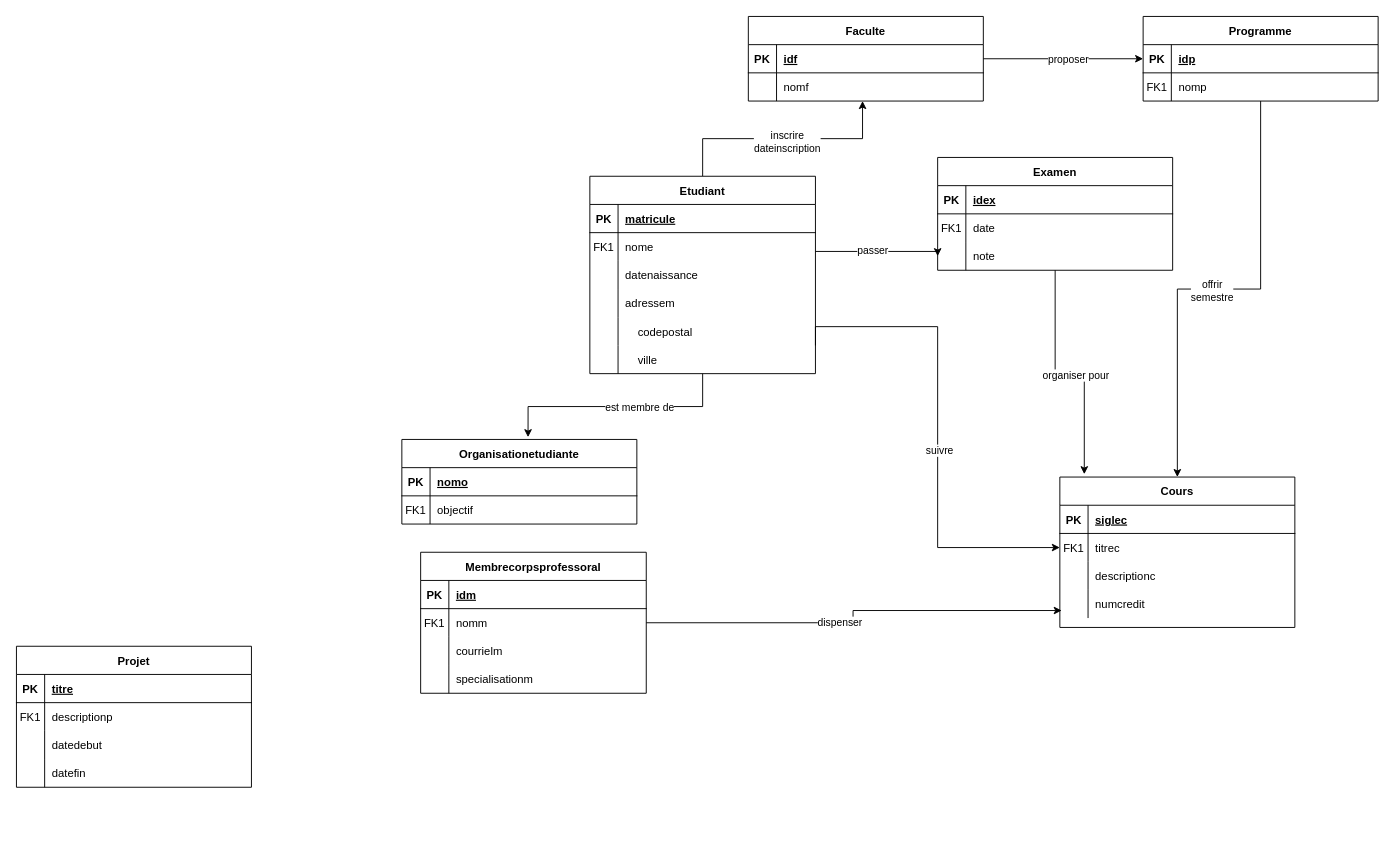
Above: Diagramme sans nom.drawio in ouaradyoussef/tp5 (draw.io), before the change. Source tidied: cells renumbered, new cells numbered last; positions are measured from the earlier drawing's top-left corner, leaving out a move shared by most shapes. Both pictures are drawn from the tidied source at 94%, with x=0, y=0 at pixel (16, 16).
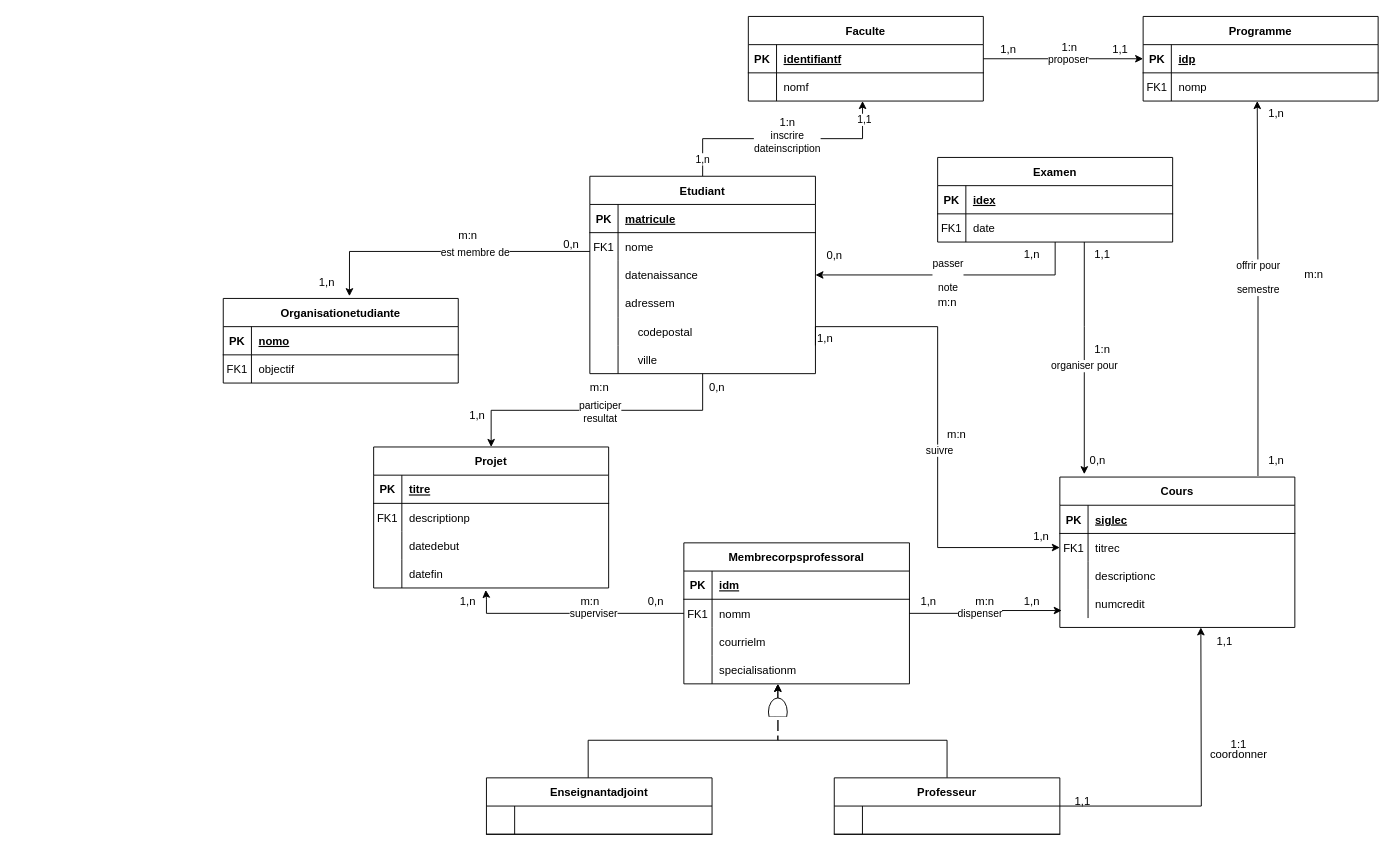
The same page after the edit.

Commit message:
Mettre à jour Diagramme sans nom.drawio

The change refers to these unchanged cells:
```xml
<mxCell id="4" value="Programme" style="shape=table;startSize=30;childLayout=tableLayout;rowLines=0;fontStyle=1;align=center;" parent="1" vertex="1">
  <mxGeometry x="1198.6" width="250" height="90" as="geometry" />
</mxCell>
<mxCell id="29" style="shape=partialRectangle;fillColor=none;top=0;left=0;right=0;bottom=1;" parent="28" vertex="1">
  <mxGeometry y="30" width="250" height="30" as="geometry" />
</mxCell>
<mxCell id="35" value="Cours" style="shape=table;startSize=30;childLayout=tableLayout;rowLines=0;fontStyle=1;align=center;" parent="1" vertex="1">
  <mxGeometry x="1110" y="490" width="250" height="160" as="geometry" />
</mxCell>
<mxCell id="48" style="edgeStyle=orthogonalEdgeStyle;rounded=0;jettySize=auto;html=1;entryX=0.486;entryY=1;entryDx=0;entryDy=0;entryPerimeter=0;" parent="1" edge="1" source="57" target="32">
  <mxGeometry relative="1" as="geometry" />
</mxCell>
<mxCell id="52" style="edgeStyle=orthogonalEdgeStyle;rounded=0;jettySize=auto;html=1;entryX=0;entryY=0.5;entryDx=0;entryDy=0;exitX=1;exitY=0;exitDx=0;exitDy=0;exitPerimeter=0;" parent="1" edge="1" source="73" target="39">
  <mxGeometry relative="1" as="geometry" />
</mxCell>
<mxCell id="57" value="Etudiant" style="shape=table;startSize=30;childLayout=tableLayout;rowLines=0;fontStyle=1;align=center;" parent="1" vertex="1">
  <mxGeometry x="610" y="170" width="240" height="210" as="geometry" />
</mxCell>
<mxCell id="64" style="shape=partialRectangle;fillColor=none;points=[[0,0.5],[1,0.5]];portConstraint=eastwest;top=0;left=0;right=0;bottom=0;" parent="57" vertex="1">
  <mxGeometry y="90" width="240" height="30" as="geometry" />
</mxCell>
<mxCell id="98" style="shape=partialRectangle;fillColor=none;points=[[0,0.5],[1,0.5]];portConstraint=eastwest;top=0;left=0;right=0;bottom=0;" parent="88" vertex="1">
  <mxGeometry y="120" width="250" height="30" as="geometry" />
</mxCell>
```

Diff of the diagram source:
```diff
@@
-    <mxCell id="2" style="edgeStyle=orthogonalEdgeStyle;rounded=0;jettySize=auto;html=1;" parent="1" edge="1" source="4" target="35">
-      <mxGeometry relative="1" as="geometry" />
-    </mxCell>
-    <mxCell id="3" value="&lt;div&gt;offrir&lt;/div&gt;&lt;div&gt;semestre&lt;br&gt;&lt;/div&gt;" style="edgeLabel;html=1;align=center;verticalAlign=middle;" parent="2" vertex="1">
-      <mxGeometry x="0.03" y="2" relative="1" as="geometry">
-        <mxPoint y="-1" as="offset" />
-      </mxGeometry>
-    </mxCell>
@@
+    <mxCell id="108" style="edgeStyle=orthogonalEdgeStyle;rounded=0;jettySize=auto;html=1;entryX=0.477;entryY=1.071;entryDx=0;entryDy=0;entryPerimeter=0;" parent="1" edge="1" source="13" target="98">
+      <mxGeometry relative="1" as="geometry">
+        <Array as="points">
+          <mxPoint x="500" y="635" />
+          <mxPoint x="500" y="620" />
+          <mxPoint x="499" y="620" />
+        </Array>
+      </mxGeometry>
+    </mxCell>
+    <mxCell id="109" value="superviser" style="edgeLabel;html=1;align=center;verticalAlign=middle;" parent="108" vertex="1">
+      <mxGeometry x="-0.17" y="-1" relative="1" as="geometry" />
+    </mxCell>
     <mxCell id="13" value="Membrecorpsprofessoral" style="shape=table;startSize=30;childLayout=tableLayout;rowLines=0;fontStyle=1;align=center;" parent="1" vertex="1">
-      <mxGeometry x="430" y="570" width="240" height="150" as="geometry" />
+      <mxGeometry x="710" y="560" width="240" height="150" as="geometry" />
     </mxCell>
@@
-    <mxCell id="31" value="idf" style="shape=partialRectangle;overflow=hidden;fillColor=none;top=0;left=0;bottom=0;right=0;align=left;spacingLeft=6;fontStyle=5;" parent="29" vertex="1">
+    <mxCell id="31" value="identifiantf" style="shape=partialRectangle;overflow=hidden;fillColor=none;top=0;left=0;bottom=0;right=0;align=left;spacingLeft=6;fontStyle=5;" parent="29" vertex="1">
       <mxGeometry x="30" width="220" height="30" as="geometry" />
     </mxCell>
@@
+    <mxCell id="110" style="edgeStyle=orthogonalEdgeStyle;rounded=0;jettySize=auto;html=1;entryX=0.45;entryY=1.053;entryDx=0;entryDy=0;entryPerimeter=0;exitX=0.843;exitY=-0.007;exitDx=0;exitDy=0;exitPerimeter=0;" parent="1" edge="1" source="35">
+      <mxGeometry relative="1" as="geometry">
+        <mxPoint x="1320" y="90" as="targetPoint" />
+      </mxGeometry>
+    </mxCell>
+    <mxCell id="111" value="&lt;div&gt;offrir pour&lt;br&gt;&lt;/div&gt;&lt;div&gt;&lt;br&gt;&lt;/div&gt;&lt;div&gt;semestre&lt;br&gt;&lt;/div&gt;" style="edgeLabel;html=1;align=center;verticalAlign=middle;" parent="110" vertex="1">
+      <mxGeometry x="0.06" relative="1" as="geometry" />
+    </mxCell>
@@
+    <mxCell id="112" value="1,n" style="edgeLabel;html=1;align=center;verticalAlign=middle;" parent="48" vertex="1">
+      <mxGeometry x="-0.85" y="1" relative="1" as="geometry" />
+    </mxCell>
+    <mxCell id="113" value="1,1" style="edgeLabel;html=1;align=center;verticalAlign=middle;" parent="48" vertex="1">
+      <mxGeometry x="0.85" y="-1" relative="1" as="geometry" />
+    </mxCell>
     <mxCell id="50" style="edgeStyle=orthogonalEdgeStyle;rounded=0;jettySize=auto;html=1;entryX=0.537;entryY=-0.027;entryDx=0;entryDy=0;entryPerimeter=0;" parent="1" edge="1" source="57" target="101">
-      <mxGeometry relative="1" as="geometry" />
+      <mxGeometry relative="1" as="geometry">
+        <Array as="points">
+          <mxPoint x="354" y="250" />
+        </Array>
+      </mxGeometry>
     </mxCell>
@@
-    <mxCell id="53" value="suivre" style="edgeLabel;html=1;align=center;verticalAlign=middle;" parent="52" vertex="1">
+    <mxCell id="53" value="&lt;div&gt;suivre&lt;/div&gt;" style="edgeLabel;html=1;align=center;verticalAlign=middle;" parent="52" vertex="1">
       <mxGeometry x="0.09" y="1" relative="1" as="geometry" />
     </mxCell>
-    <mxCell id="54" style="edgeStyle=orthogonalEdgeStyle;rounded=0;jettySize=auto;html=1;entryX=0;entryY=0.5;entryDx=0;entryDy=0;" parent="1" edge="1" source="57" target="85">
+    <mxCell id="54" style="edgeStyle=orthogonalEdgeStyle;rounded=0;jettySize=auto;html=1;entryX=0;entryY=0.5;entryDx=0;entryDy=0;" parent="1" edge="1" source="57">
       <mxGeometry relative="1" as="geometry">
         <Array as="points">
           <mxPoint x="980" y="250" />
         </Array>
       </mxGeometry>
     </mxCell>
@@
+    <mxCell id="114" style="edgeStyle=orthogonalEdgeStyle;rounded=0;jettySize=auto;html=1;entryX=0.5;entryY=0;entryDx=0;entryDy=0;" parent="1" edge="1" source="57" target="88">
+      <mxGeometry relative="1" as="geometry" />
+    </mxCell>
+    <mxCell id="115" value="&lt;div&gt;participer&lt;/div&gt;&lt;div&gt;resultat&lt;br&gt;&lt;/div&gt;" style="edgeLabel;html=1;align=center;verticalAlign=middle;" parent="114" vertex="1">
+      <mxGeometry x="0.07" y="-3" relative="1" as="geometry">
+        <mxPoint x="13" y="4" as="offset" />
+      </mxGeometry>
+    </mxCell>
@@
     <mxCell id="76" style="edgeStyle=orthogonalEdgeStyle;rounded=0;jettySize=auto;html=1;entryX=0.104;entryY=-0.019;entryDx=0;entryDy=0;entryPerimeter=0;" parent="1" edge="1" source="78" target="35">
-      <mxGeometry relative="1" as="geometry" />
+      <mxGeometry relative="1" as="geometry">
+        <Array as="points">
+          <mxPoint x="1136" y="330" />
+          <mxPoint x="1136" y="330" />
+        </Array>
+      </mxGeometry>
     </mxCell>
@@
+    <mxCell id="116" style="edgeStyle=orthogonalEdgeStyle;rounded=0;jettySize=auto;html=1;entryX=1;entryY=0.5;entryDx=0;entryDy=0;" parent="1" edge="1" source="78" target="64">
+      <mxGeometry relative="1" as="geometry" />
+    </mxCell>
+    <mxCell id="117" value="&lt;div&gt;passer&lt;/div&gt;&lt;div&gt;&lt;br&gt;&lt;/div&gt;&lt;div&gt;note&lt;br&gt;&lt;/div&gt;" style="edgeLabel;html=1;align=center;verticalAlign=middle;" parent="116" vertex="1">
+      <mxGeometry x="0.06" y="1" relative="1" as="geometry">
+        <mxPoint x="4" y="-1" as="offset" />
+      </mxGeometry>
+    </mxCell>
     <mxCell id="78" value="Examen" style="shape=table;startSize=30;childLayout=tableLayout;rowLines=0;fontStyle=1;align=center;" parent="1" vertex="1">
-      <mxGeometry x="980" y="150" width="250" height="120" as="geometry" />
+      <mxGeometry x="980" y="150" width="250" height="90" as="geometry" />
     </mxCell>
@@
-    <mxCell id="85" style="shape=partialRectangle;fillColor=none;points=[[0,0.5],[1,0.5]];portConstraint=eastwest;top=0;left=0;right=0;bottom=0;" parent="78" vertex="1">
-      <mxGeometry y="90" width="250" height="30" as="geometry" />
-    </mxCell>
-    <mxCell id="86" style="shape=partialRectangle;overflow=hidden;fillColor=none;top=0;left=0;bottom=0;right=0;" parent="85" vertex="1">
-      <mxGeometry width="30" height="30" as="geometry" />
-    </mxCell>
-    <mxCell id="87" value="note" style="shape=partialRectangle;overflow=hidden;fillColor=none;top=0;left=0;bottom=0;right=0;align=left;spacingLeft=6;" parent="85" vertex="1">
-      <mxGeometry x="30" width="220" height="30" as="geometry" />
-    </mxCell>
     <mxCell id="88" value="Projet" style="shape=table;startSize=30;childLayout=tableLayout;rowLines=0;fontStyle=1;align=center;" parent="1" vertex="1">
-      <mxGeometry y="670" width="250" height="150" as="geometry" />
+      <mxGeometry x="380" y="458" width="250" height="150" as="geometry" />
     </mxCell>
@@
     <mxCell id="101" value="Organisationetudiante" style="shape=table;startSize=30;childLayout=tableLayout;rowLines=0;fontStyle=1;align=center;" parent="1" vertex="1">
-      <mxGeometry x="410" y="450" width="250" height="90" as="geometry" />
+      <mxGeometry x="220" y="300" width="250" height="90" as="geometry" />
     </mxCell>
@@
+    <mxCell id="118" value="1:n" style="text;html=1;align=center;verticalAlign=middle;strokeColor=none;fillColor=none;" parent="1" vertex="1">
+      <mxGeometry x="800" y="98" width="40" height="30" as="geometry" />
+    </mxCell>
+    <mxCell id="119" value="1,n" style="text;html=1;align=center;verticalAlign=middle;strokeColor=none;fillColor=none;" parent="1" vertex="1">
+      <mxGeometry x="1035" y="20" width="40" height="30" as="geometry" />
+    </mxCell>
+    <mxCell id="120" value="1,1" style="text;html=1;align=center;verticalAlign=middle;strokeColor=none;fillColor=none;" parent="1" vertex="1">
+      <mxGeometry x="1153.6" y="20" width="40" height="30" as="geometry" />
+    </mxCell>
+    <mxCell id="121" value="1:n" style="text;html=1;align=center;verticalAlign=middle;strokeColor=none;fillColor=none;" parent="1" vertex="1">
+      <mxGeometry x="1100" y="18" width="40" height="30" as="geometry" />
+    </mxCell>
+    <mxCell id="122" value="0,n" style="text;html=1;align=center;verticalAlign=middle;strokeColor=none;fillColor=none;" parent="1" vertex="1">
+      <mxGeometry x="850" y="240" width="40" height="30" as="geometry" />
+    </mxCell>
+    <mxCell id="123" value="1,n" style="text;html=1;align=center;verticalAlign=middle;strokeColor=none;fillColor=none;" parent="1" vertex="1">
+      <mxGeometry x="1060" y="238" width="40" height="30" as="geometry" />
+    </mxCell>
+    <mxCell id="124" value="m:n" style="text;html=1;align=center;verticalAlign=middle;strokeColor=none;fillColor=none;" parent="1" vertex="1">
+      <mxGeometry x="970" y="290" width="40" height="30" as="geometry" />
+    </mxCell>
+    <mxCell id="125" value="0,n" style="text;html=1;align=center;verticalAlign=middle;strokeColor=none;fillColor=none;" parent="1" vertex="1">
+      <mxGeometry x="570" y="228" width="40" height="30" as="geometry" />
+    </mxCell>
+    <mxCell id="126" value="1,n" style="text;html=1;align=center;verticalAlign=middle;strokeColor=none;fillColor=none;" parent="1" vertex="1">
+      <mxGeometry x="310" y="268" width="40" height="30" as="geometry" />
+    </mxCell>
+    <mxCell id="127" value="m:n" style="text;html=1;align=center;verticalAlign=middle;strokeColor=none;fillColor=none;" parent="1" vertex="1">
+      <mxGeometry x="460" y="218" width="40" height="30" as="geometry" />
+    </mxCell>
+    <mxCell id="128" value="0,n" style="text;html=1;align=center;verticalAlign=middle;strokeColor=none;fillColor=none;" parent="1" vertex="1">
+      <mxGeometry x="725" y="380" width="40" height="30" as="geometry" />
+    </mxCell>
+    <mxCell id="129" value="1,n" style="text;html=1;align=center;verticalAlign=middle;strokeColor=none;fillColor=none;" parent="1" vertex="1">
+      <mxGeometry x="470" y="410" width="40" height="30" as="geometry" />
+    </mxCell>
+    <mxCell id="130" value="m:n" style="text;html=1;align=center;verticalAlign=middle;strokeColor=none;fillColor=none;" parent="1" vertex="1">
+      <mxGeometry x="600" y="380" width="40" height="30" as="geometry" />
+    </mxCell>
+    <mxCell id="131" value="0,n" style="text;html=1;align=center;verticalAlign=middle;strokeColor=none;fillColor=none;" parent="1" vertex="1">
+      <mxGeometry x="660" y="608" width="40" height="30" as="geometry" />
+    </mxCell>
+    <mxCell id="132" value="1,n" style="text;html=1;align=center;verticalAlign=middle;strokeColor=none;fillColor=none;" parent="1" vertex="1">
+      <mxGeometry x="460" y="608" width="40" height="30" as="geometry" />
+    </mxCell>
+    <mxCell id="133" value="m:n" style="text;html=1;align=center;verticalAlign=middle;strokeColor=none;fillColor=none;" parent="1" vertex="1">
+      <mxGeometry x="590" y="608" width="40" height="30" as="geometry" />
+    </mxCell>
+    <mxCell id="134" value="1,1" style="text;html=1;align=center;verticalAlign=middle;strokeColor=none;fillColor=none;" parent="1" vertex="1">
+      <mxGeometry x="1135" y="238" width="40" height="30" as="geometry" />
+    </mxCell>
+    <mxCell id="135" value="0,n" style="text;html=1;align=center;verticalAlign=middle;strokeColor=none;fillColor=none;" parent="1" vertex="1">
+      <mxGeometry x="1130" y="458" width="40" height="30" as="geometry" />
+    </mxCell>
+    <mxCell id="136" value="1:n" style="text;html=1;align=center;verticalAlign=middle;strokeColor=none;fillColor=none;" parent="1" vertex="1">
+      <mxGeometry x="1135" y="340" width="40" height="30" as="geometry" />
+    </mxCell>
+    <mxCell id="137" value="1,n" style="text;html=1;align=center;verticalAlign=middle;strokeColor=none;fillColor=none;" parent="1" vertex="1">
+      <mxGeometry x="1320" y="88" width="40" height="30" as="geometry" />
+    </mxCell>
+    <mxCell id="138" value="1,n" style="text;html=1;align=center;verticalAlign=middle;strokeColor=none;fillColor=none;" parent="1" vertex="1">
+      <mxGeometry x="1320" y="458" width="40" height="30" as="geometry" />
+    </mxCell>
+    <mxCell id="139" value="m:n" style="text;html=1;align=center;verticalAlign=middle;strokeColor=none;fillColor=none;" parent="1" vertex="1">
+      <mxGeometry x="1360" y="260" width="40" height="30" as="geometry" />
+    </mxCell>
+    <mxCell id="140" value="1,n" style="text;html=1;align=center;verticalAlign=middle;strokeColor=none;fillColor=none;" parent="1" vertex="1">
+      <mxGeometry x="840" y="328" width="40" height="30" as="geometry" />
+    </mxCell>
+    <mxCell id="141" value="1,n" style="text;html=1;align=center;verticalAlign=middle;strokeColor=none;fillColor=none;" parent="1" vertex="1">
+      <mxGeometry x="1070" y="538" width="40" height="30" as="geometry" />
+    </mxCell>
+    <mxCell id="142" value="m:n" style="text;html=1;align=center;verticalAlign=middle;strokeColor=none;fillColor=none;" parent="1" vertex="1">
+      <mxGeometry x="980" y="430" width="40" height="30" as="geometry" />
+    </mxCell>
+    <mxCell id="143" value="1,n" style="text;html=1;align=center;verticalAlign=middle;strokeColor=none;fillColor=none;" parent="1" vertex="1">
+      <mxGeometry x="950" y="608" width="40" height="30" as="geometry" />
+    </mxCell>
+    <mxCell id="144" value="1,n" style="text;html=1;align=center;verticalAlign=middle;strokeColor=none;fillColor=none;" parent="1" vertex="1">
+      <mxGeometry x="1060" y="608" width="40" height="30" as="geometry" />
+    </mxCell>
+    <mxCell id="145" style="edgeStyle=orthogonalEdgeStyle;rounded=0;jettySize=auto;html=1;" parent="1" edge="1" source="147">
+      <mxGeometry relative="1" as="geometry">
+        <mxPoint x="1260" y="650" as="targetPoint" />
+      </mxGeometry>
+    </mxCell>
+    <mxCell id="146" style="edgeStyle=orthogonalEdgeStyle;rounded=0;jettySize=auto;html=1;" parent="1" edge="1" source="147">
+      <mxGeometry relative="1" as="geometry">
+        <mxPoint x="810" y="710" as="targetPoint" />
+        <Array as="points">
+          <mxPoint x="990" y="770" />
+          <mxPoint x="810" y="770" />
+        </Array>
+      </mxGeometry>
+    </mxCell>
+    <mxCell id="147" value="Professeur" style="shape=table;startSize=30;childLayout=tableLayout;rowLines=0;fontStyle=1;align=center;" parent="1" vertex="1">
+      <mxGeometry x="870" y="810" width="240" height="60" as="geometry" />
+    </mxCell>
+    <mxCell id="148" style="shape=partialRectangle;fillColor=none;top=0;left=0;right=0;bottom=1;" parent="147" vertex="1">
+      <mxGeometry y="30" width="240" height="30" as="geometry" />
+    </mxCell>
+    <mxCell id="149" style="shape=partialRectangle;overflow=hidden;fillColor=none;top=0;left=0;bottom=0;right=0;fontStyle=1;" parent="148" vertex="1">
+      <mxGeometry width="30" height="30" as="geometry" />
+    </mxCell>
+    <mxCell id="150" style="shape=partialRectangle;overflow=hidden;fillColor=none;top=0;left=0;bottom=0;right=0;align=left;spacingLeft=6;fontStyle=5;" parent="148" vertex="1">
+      <mxGeometry x="30" width="210" height="30" as="geometry" />
+    </mxCell>
+    <mxCell id="151" style="edgeStyle=orthogonalEdgeStyle;rounded=0;jettySize=auto;html=1;exitX=0.451;exitY=0.003;exitDx=0;exitDy=0;exitPerimeter=0;" parent="1" edge="1" source="152">
+      <mxGeometry relative="1" as="geometry">
+        <mxPoint x="810" y="710" as="targetPoint" />
+        <Array as="points">
+          <mxPoint x="608" y="770" />
+          <mxPoint x="810" y="770" />
+          <mxPoint x="810" y="711" />
+        </Array>
+      </mxGeometry>
+    </mxCell>
+    <mxCell id="152" value="Enseignantadjoint" style="shape=table;startSize=30;childLayout=tableLayout;rowLines=0;fontStyle=1;align=center;" parent="1" vertex="1">
+      <mxGeometry x="500" y="810" width="240" height="60" as="geometry" />
+    </mxCell>
+    <mxCell id="153" style="shape=partialRectangle;fillColor=none;top=0;left=0;right=0;bottom=1;" parent="152" vertex="1">
+      <mxGeometry y="30" width="240" height="30" as="geometry" />
+    </mxCell>
+    <mxCell id="154" style="shape=partialRectangle;overflow=hidden;fillColor=none;top=0;left=0;bottom=0;right=0;fontStyle=1;" parent="153" vertex="1">
+      <mxGeometry width="30" height="30" as="geometry" />
+    </mxCell>
+    <mxCell id="155" style="shape=partialRectangle;overflow=hidden;fillColor=none;top=0;left=0;bottom=0;right=0;align=left;spacingLeft=6;fontStyle=5;" parent="153" vertex="1">
+      <mxGeometry x="30" width="210" height="30" as="geometry" />
+    </mxCell>
+    <mxCell id="156" value="coordonner" style="text;html=1;align=center;verticalAlign=middle;strokeColor=none;fillColor=none;" parent="1" vertex="1">
+      <mxGeometry x="1260" y="770" width="80" height="30" as="geometry" />
+    </mxCell>
+    <mxCell id="157" value="m:n" style="text;html=1;align=center;verticalAlign=middle;strokeColor=none;fillColor=none;" parent="1" vertex="1">
+      <mxGeometry x="1010" y="608" width="40" height="30" as="geometry" />
+    </mxCell>
+    <mxCell id="158" value="1,1" style="text;html=1;align=center;verticalAlign=middle;strokeColor=none;fillColor=none;" parent="1" vertex="1">
+      <mxGeometry x="1113.6" y="820" width="40" height="30" as="geometry" />
+    </mxCell>
+    <mxCell id="159" value="1,1" style="text;html=1;align=center;verticalAlign=middle;strokeColor=none;fillColor=none;" parent="1" vertex="1">
+      <mxGeometry x="1265" y="650" width="40" height="30" as="geometry" />
+    </mxCell>
+    <mxCell id="160" value="1:1" style="text;html=1;align=center;verticalAlign=middle;strokeColor=none;fillColor=none;" parent="1" vertex="1">
+      <mxGeometry x="1280" y="760" width="40" height="30" as="geometry" />
+    </mxCell>
+    <mxCell id="161" style="group;" parent="1" vertex="1">
+      <mxGeometry x="790" y="725" width="40" height="45" as="geometry" />
+    </mxCell>
+    <mxCell id="162" style="ellipse;whiteSpace=wrap;html=1;" parent="161" vertex="1">
+      <mxGeometry x="10" width="20" height="30" as="geometry" />
+    </mxCell>
+    <mxCell id="163" style="whiteSpace=wrap;html=1;strokeColor=none;" parent="161" vertex="1">
+      <mxGeometry x="5" y="20" width="30" height="20" as="geometry" />
+    </mxCell>
+    <mxCell id="164" value="___" style="text;html=1;align=center;verticalAlign=middle;strokeColor=none;fillColor=none;fontStyle=1;fontSize=11;" parent="161" vertex="1">
+      <mxGeometry width="40" height="30" as="geometry" />
+    </mxCell>
+    <mxCell id="165" value="l" style="text;html=1;align=center;verticalAlign=middle;strokeColor=none;fillColor=none;fontSize=16;" parent="161" vertex="1">
+      <mxGeometry x="5" y="15" width="30" height="30" as="geometry" />
+    </mxCell>
```
